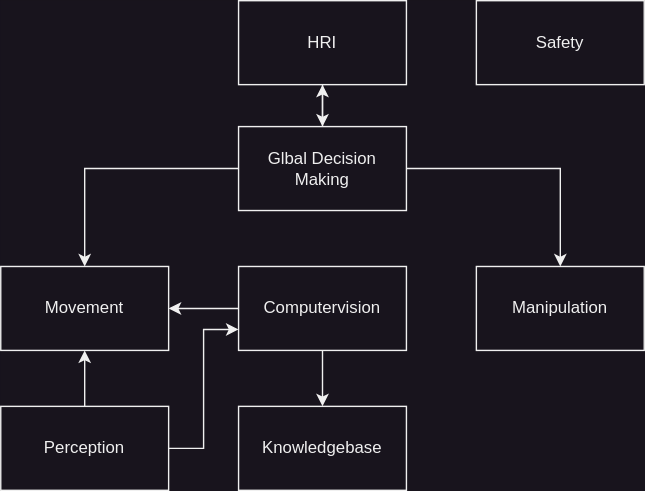
This is doc/images/Building Block View Diagrams/GesamtBlackboxes.svg from una-auxme/arlab, a draw.io export, as it was before one commit. Source tidied: cells renumbered, new cells last; positions are measured from the earlier drawing's top-left corner, leaving out a move shared by most shapes.
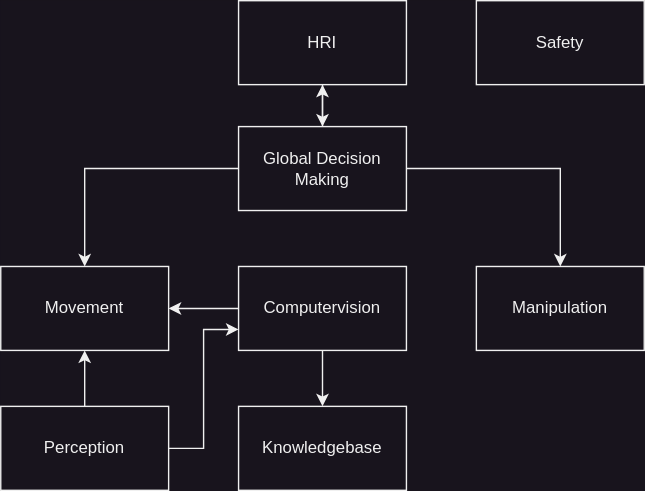
The same file after the commit.

The edit, as a diff of the source:
```diff
@@ -11,7 +11,7 @@
     <mxCell id="4" style="edgeStyle=orthogonalEdgeStyle;rounded=0;jettySize=auto;html=1;exitX=0.5;exitY=0;exitDx=0;exitDy=0;entryX=0.5;entryY=1;entryDx=0;entryDy=0;" parent="1" edge="1" source="5" target="7">
       <mxGeometry relative="1" as="geometry" />
     </mxCell>
-    <mxCell id="5" value="Glbal Decision Making" style="rounded=0;whiteSpace=wrap;html=1;" parent="1" vertex="1">
+    <mxCell id="5" value="Global Decision Making" style="rounded=0;whiteSpace=wrap;html=1;" parent="1" vertex="1">
       <mxGeometry x="170" y="90" width="120" height="60" as="geometry" />
     </mxCell>
     <mxCell id="6" style="edgeStyle=orthogonalEdgeStyle;rounded=0;jettySize=auto;html=1;exitX=0.5;exitY=1;exitDx=0;exitDy=0;entryX=0.5;entryY=0;entryDx=0;entryDy=0;" parent="1" edge="1" source="7" target="5">
```
